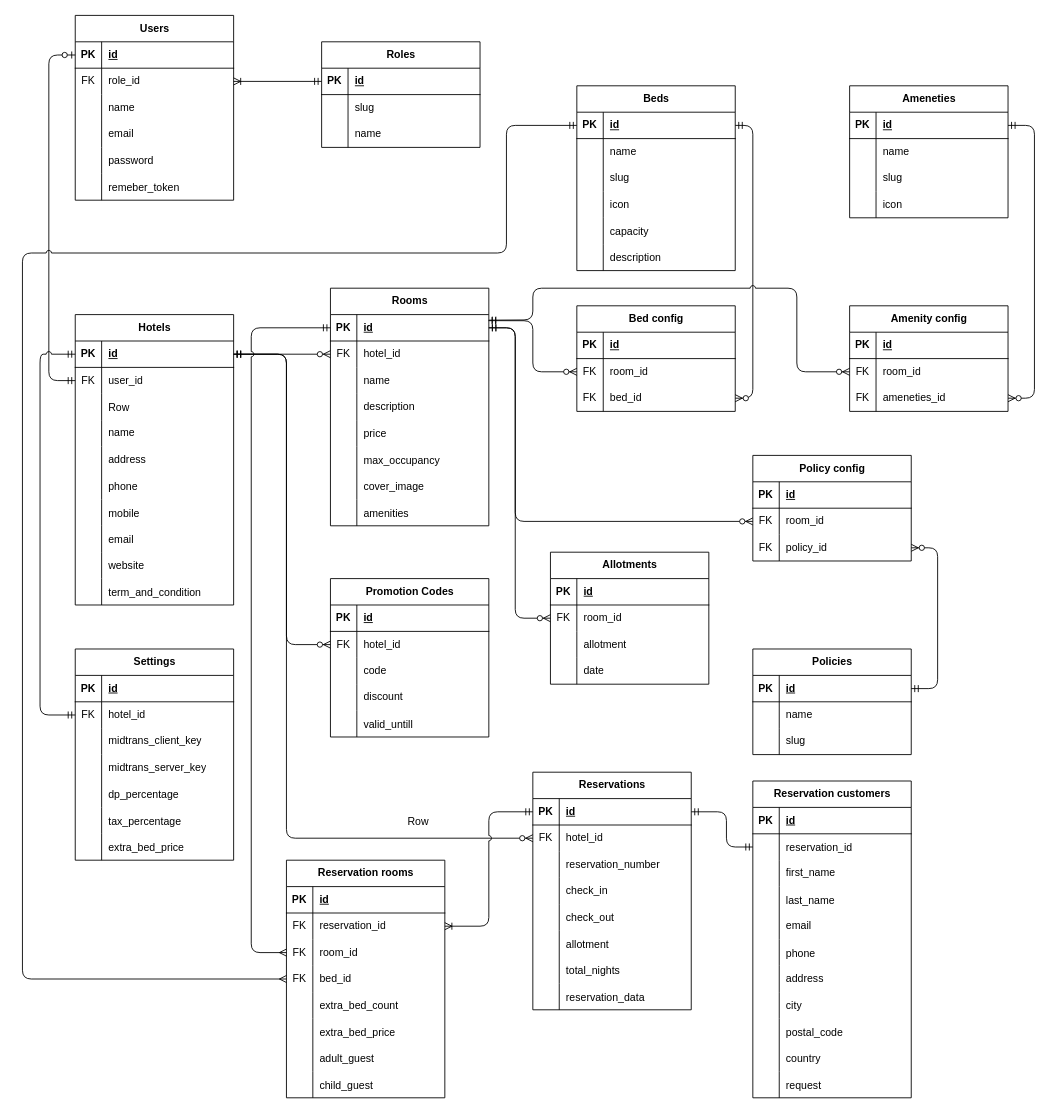
Before: diagram.drawio in Hans-Star18/ta-booking-system, a draw.io diagram. Source tidied: cells renumbered, new cells numbered last; positions are measured from the earlier drawing's top-left corner, leaving out a move shared by most shapes. Both pictures are drawn from the tidied source at 88%, with x=0, y=0 at pixel (22, 15).
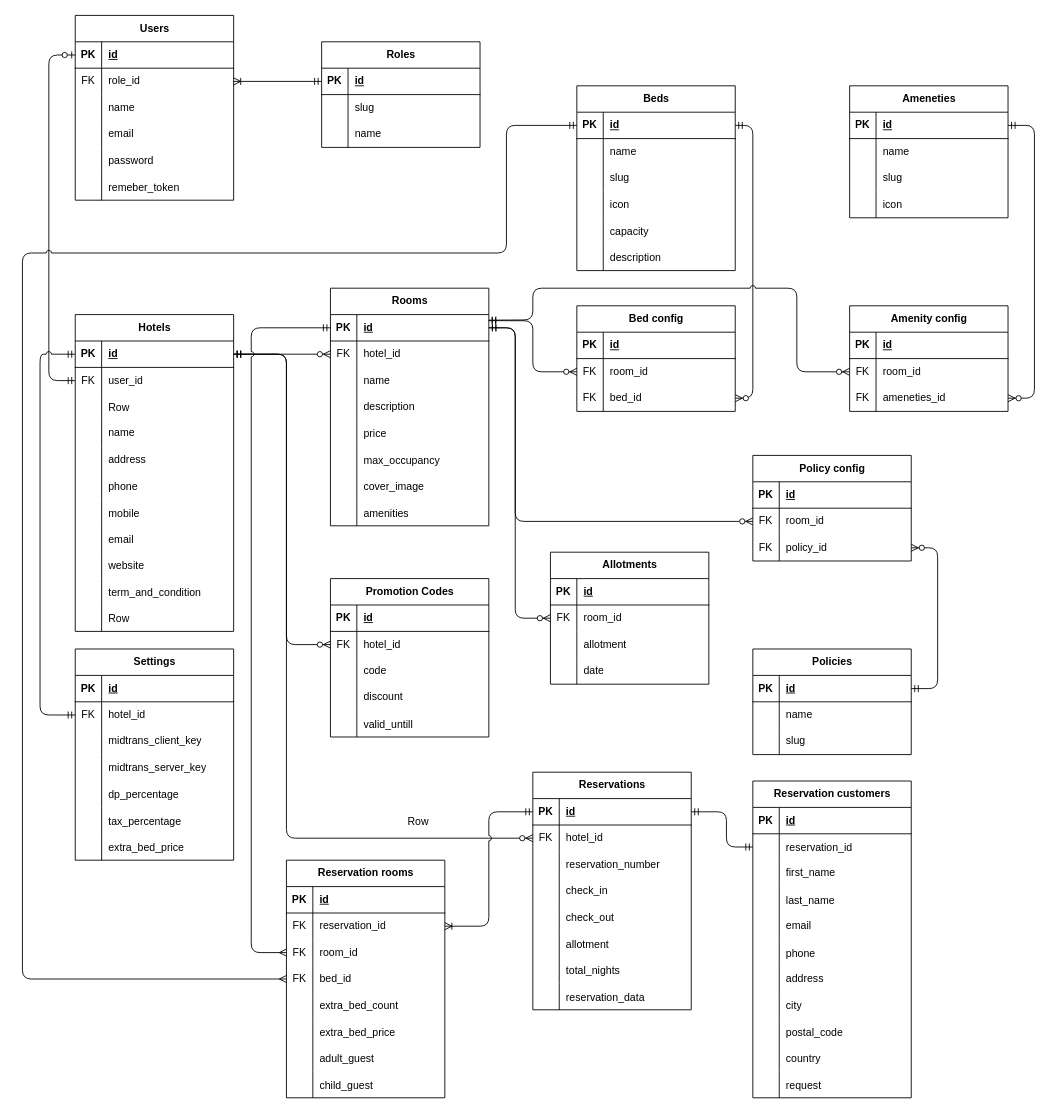
After the change.

The edit, as a diff of the source:
```diff
@@
     <mxCell id="32" value="Hotels" style="shape=table;startSize=30;childLayout=tableLayout;rowLines=0;fontStyle=1;align=center;html=1;" parent="1" vertex="1">
-      <mxGeometry x="60" y="340" width="180" height="330" as="geometry" />
+      <mxGeometry x="60" y="340" width="180" height="360" as="geometry" />
     </mxCell>
@@
+    <mxCell id="315" style="shape=tableRow;horizontal=0;startSize=0;swimlaneHead=0;swimlaneBody=0;fillColor=none;top=0;left=0;right=0;bottom=0;" parent="32" vertex="1">
+      <mxGeometry y="330" width="180" height="30" as="geometry" />
+    </mxCell>
+    <mxCell id="316" style="shape=partialRectangle;fillColor=none;top=0;left=0;bottom=0;right=0;overflow=hidden;" parent="315" vertex="1">
+      <mxGeometry width="30" height="30" as="geometry" />
+    </mxCell>
+    <mxCell id="317" value="Row" style="shape=partialRectangle;fillColor=none;top=0;left=0;bottom=0;right=0;align=left;spacingLeft=6;overflow=hidden;" parent="315" vertex="1">
+      <mxGeometry x="30" width="150" height="30" as="geometry" />
+    </mxCell>
```
